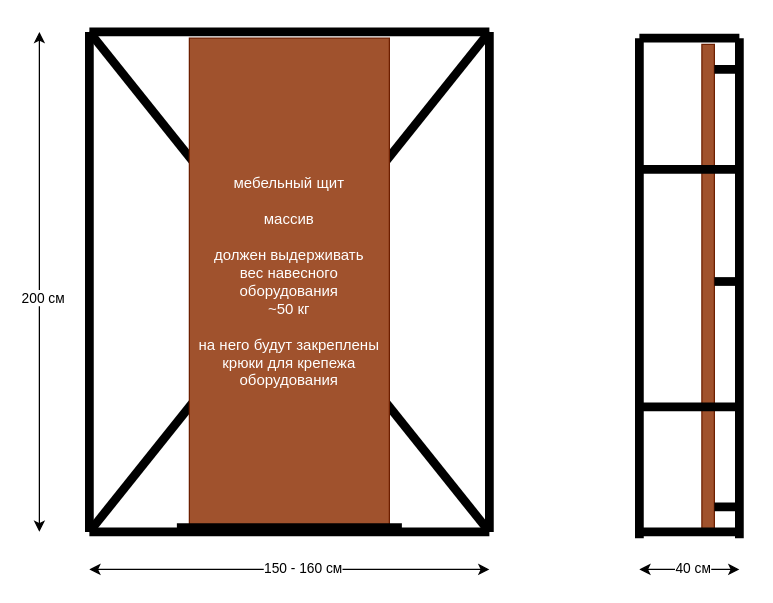
Earlier version of the draw.io diagram loft.drawio (MorKaragh/drawings). Source tidied: cells renumbered, new cells numbered last; positions are measured from the earlier drawing's top-left corner, leaving out a move shared by most shapes. Both pictures are drawn from the tidied source at 125%, with x=0, y=0 at pixel (39, 31).
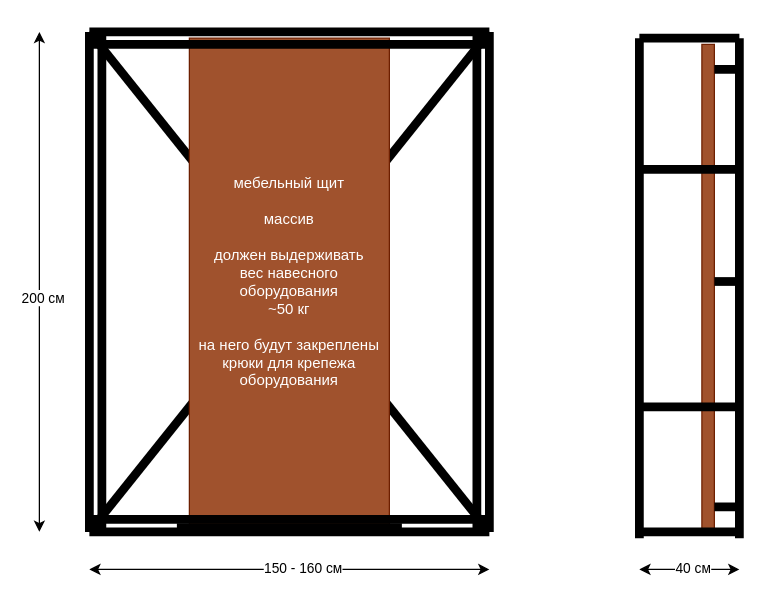
After the change.

What changed in the source:
```diff
@@
+    <mxCell id="26" style="endArrow=none;html=1;rounded=0;strokeWidth=7;exitX=0;exitY=1;exitDx=0;exitDy=0;" parent="1" edge="1">
+      <mxGeometry relative="1" as="geometry">
+        <mxPoint x="350" y="400" as="sourcePoint" />
+        <mxPoint x="350" as="targetPoint" />
+      </mxGeometry>
+    </mxCell>
+    <mxCell id="27" style="endArrow=none;html=1;rounded=0;strokeWidth=7;exitX=0;exitY=1;exitDx=0;exitDy=0;" parent="1" edge="1">
+      <mxGeometry relative="1" as="geometry">
+        <mxPoint x="50" y="400" as="sourcePoint" />
+        <mxPoint x="50" as="targetPoint" />
+      </mxGeometry>
+    </mxCell>
+    <mxCell id="28" style="endArrow=none;html=1;rounded=0;strokeWidth=7;" parent="1" edge="1">
+      <mxGeometry relative="1" as="geometry">
+        <mxPoint x="360" y="10" as="sourcePoint" />
+        <mxPoint x="40" y="10" as="targetPoint" />
+      </mxGeometry>
+    </mxCell>
+    <mxCell id="29" style="endArrow=none;html=1;rounded=0;strokeWidth=7;" parent="1" edge="1">
+      <mxGeometry relative="1" as="geometry">
+        <mxPoint x="360" y="390" as="sourcePoint" />
+        <mxPoint x="40" y="390" as="targetPoint" />
+      </mxGeometry>
+    </mxCell>
```
